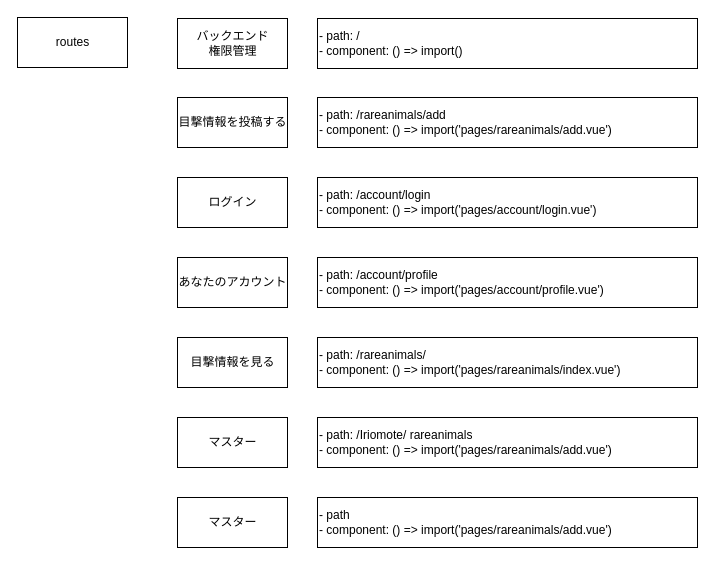
The draw.io diagram page "ルーティング設計" (2 of 7) of Iriomote.drawio in kaoru387/draw.io, before the edit. Source tidied: cells renumbered, new cells numbered last; positions are measured from the earlier drawing's top-left corner, leaving out a move shared by most shapes. Both pictures are drawn from the tidied source at 100%, with x=0, y=0 at pixel (17, 17).
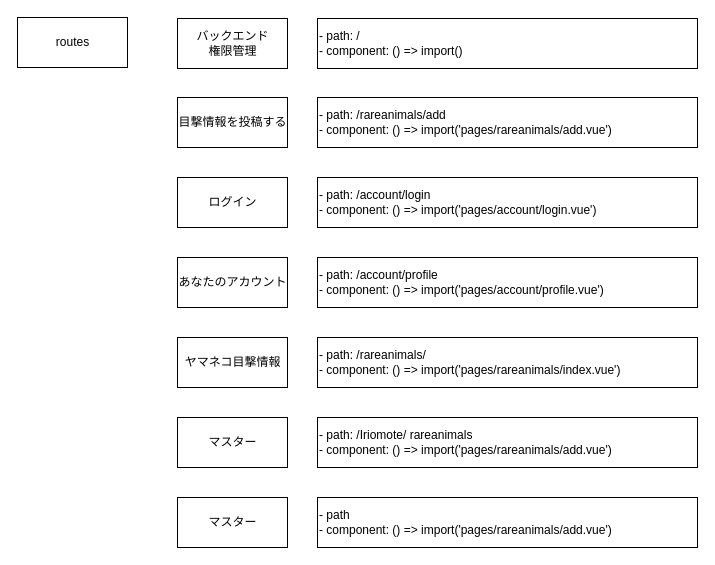
Above is the later version.

Commit message:
Iriomote.drawio を更新します

The edit, as a diff of the source:
```diff
@@
 <mxGraphModel>
   <root>
     <mxCell id="0" />
     <mxCell id="1" parent="0" />
     <mxCell id="2" value="routes" style="html=1;" parent="1" vertex="1">
       <mxGeometry width="110" height="50" as="geometry" />
     </mxCell>
     <mxCell id="3" value="目撃情報を投稿する" style="html=1;" parent="1" vertex="1">
       <mxGeometry x="160" y="80" width="110" height="50" as="geometry" />
     </mxCell>
-    <mxCell id="4" value="目撃情報を見る" style="html=1;" parent="1" vertex="1">
+    <mxCell id="4" value="ヤマネコ目撃情報" style="html=1;" parent="1" vertex="1">
       <mxGeometry x="160" y="320" width="110" height="50" as="geometry" />
     </mxCell>
     <mxCell id="5" value="- path: /rareanimals/add&lt;br&gt;- component: () =&amp;gt; import('pages/rareanimals/add.vue')" style="rounded=0;whiteSpace=wrap;html=1;align=left;" parent="1" vertex="1">
       <mxGeometry x="300" y="80" width="380" height="50" as="geometry" />
     </mxCell>
     <mxCell id="6" value="- path: /rareanimals/&lt;br&gt;- component: () =&amp;gt; import('pages/rareanimals/index.vue')" style="rounded=0;whiteSpace=wrap;html=1;align=left;" parent="1" vertex="1">
       <mxGeometry x="300" y="320" width="380" height="50" as="geometry" />
     </mxCell>
     <mxCell id="7" value="マスター" style="html=1;" parent="1" vertex="1">
       <mxGeometry x="160" y="400" width="110" height="50" as="geometry" />
     </mxCell>
     <mxCell id="8" value="マスター" style="html=1;" parent="1" vertex="1">
       <mxGeometry x="160" y="480" width="110" height="50" as="geometry" />
     </mxCell>
     <mxCell id="9" value="- path: /Iriomote/ rareanimals&lt;br&gt;- component: () =&amp;gt; import('pages/rareanimals/add.vue')" style="rounded=0;whiteSpace=wrap;html=1;align=left;" parent="1" vertex="1">
       <mxGeometry x="300" y="400" width="380" height="50" as="geometry" />
     </mxCell>
     <mxCell id="10" value="- path&lt;br&gt;- component: () =&amp;gt; import('pages/rareanimals/add.vue')" style="rounded=0;whiteSpace=wrap;html=1;align=left;" parent="1" vertex="1">
       <mxGeometry x="300" y="480" width="380" height="50" as="geometry" />
     </mxCell>
     <mxCell id="11" value="バックエンド&lt;br&gt;権限管理" style="html=1;" parent="1" vertex="1">
       <mxGeometry x="160" y="1" width="110" height="50" as="geometry" />
     </mxCell>
     <mxCell id="12" value="- path: /&lt;br&gt;- component: () =&amp;gt; import()" style="rounded=0;whiteSpace=wrap;html=1;align=left;" parent="1" vertex="1">
       <mxGeometry x="300" y="1" width="380" height="50" as="geometry" />
     </mxCell>
     <mxCell id="13" value="ログイン" style="html=1;" parent="1" vertex="1">
       <mxGeometry x="160" y="160" width="110" height="50" as="geometry" />
     </mxCell>
     <mxCell id="14" value="- path: /account/login&lt;br&gt;- component: () =&amp;gt; import('pages/account/login.vue')" style="rounded=0;whiteSpace=wrap;html=1;align=left;" parent="1" vertex="1">
       <mxGeometry x="300" y="160" width="380" height="50" as="geometry" />
     </mxCell>
     <mxCell id="15" value="あなたのアカウント" style="html=1;" parent="1" vertex="1">
       <mxGeometry x="160" y="240" width="110" height="50" as="geometry" />
     </mxCell>
     <mxCell id="16" value="- path: /account/profile&lt;br&gt;- component: () =&amp;gt; import('pages/account/profile.vue')" style="rounded=0;whiteSpace=wrap;html=1;align=left;" parent="1" vertex="1">
       <mxGeometry x="300" y="240" width="380" height="50" as="geometry" />
     </mxCell>
   </root>
 </mxGraphModel>
```
